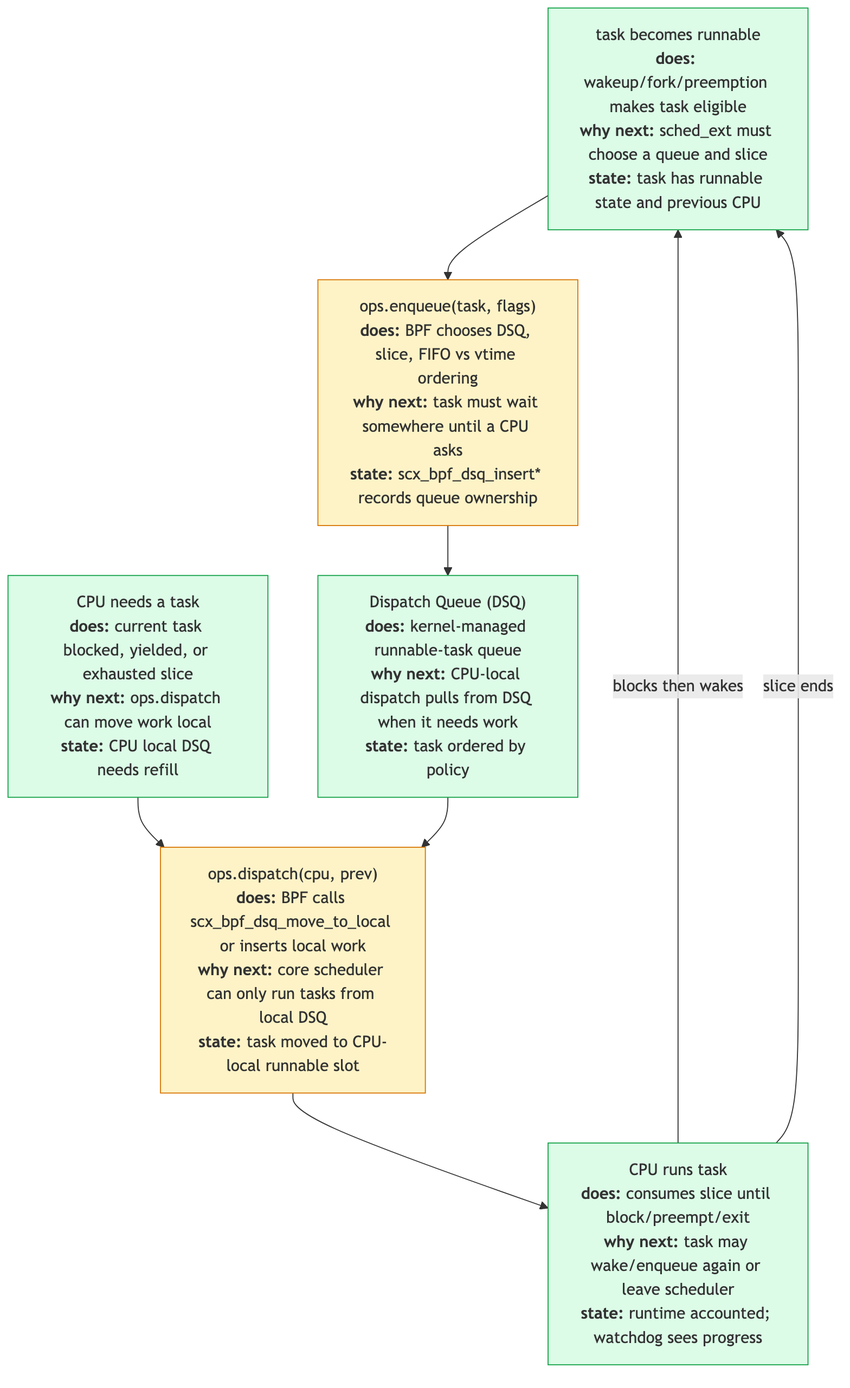
biefy/books keeps this Mermaid diagram as ebpf/src/diagrams/day25_dsq_cycle.png. Above is the earlier version. Its source is kept beside it as ebpf/src/diagrams/src/day25_dsq_cycle.mmd.
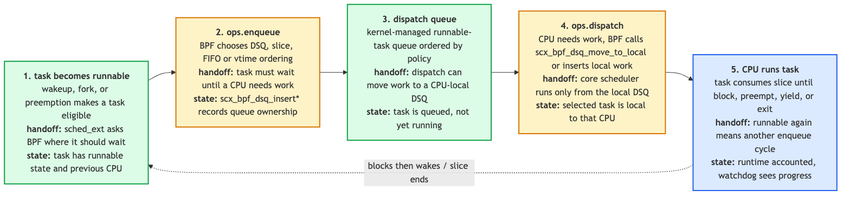
The same diagram one commit later.

What changed in the source:
```diff
@@ -1,18 +1,20 @@
-flowchart TD
-    Wake["task becomes runnable<br/><b>does:</b> wakeup/fork/preemption makes task eligible<br/><b>why next:</b> sched_ext must choose a queue and slice<br/><b>state:</b> task has runnable state and previous CPU"]
-    Enq["ops.enqueue(task, flags)<br/><b>does:</b> BPF chooses DSQ, slice, FIFO vs vtime ordering<br/><b>why next:</b> task must wait somewhere until a CPU asks<br/><b>state:</b> scx_bpf_dsq_insert* records queue ownership"]
-    DSQ["Dispatch Queue (DSQ)<br/><b>does:</b> kernel-managed runnable-task queue<br/><b>why next:</b> CPU-local dispatch pulls from DSQ when it needs work<br/><b>state:</b> task ordered by policy"]
-    Idle["CPU needs a task<br/><b>does:</b> current task blocked, yielded, or exhausted slice<br/><b>why next:</b> ops.dispatch can move work local<br/><b>state:</b> CPU local DSQ needs refill"]
-    Dispatch["ops.dispatch(cpu, prev)<br/><b>does:</b> BPF calls scx_bpf_dsq_move_to_local or inserts local work<br/><b>why next:</b> core scheduler can only run tasks from local DSQ<br/><b>state:</b> task moved to CPU-local runnable slot"]
-    Run["CPU runs task<br/><b>does:</b> consumes slice until block/preempt/exit<br/><b>why next:</b> task may wake/enqueue again or leave scheduler<br/><b>state:</b> runtime accounted; watchdog sees progress"]
+flowchart LR
+    Wake["<b>1. task becomes runnable</b><br/>wakeup, fork, or preemption makes a task eligible<br/><b>handoff:</b> sched_ext asks BPF where it should wait<br/><b>state:</b> task has runnable state and previous CPU"]
 
-    Wake --> Enq --> DSQ
-    Idle --> Dispatch --> Run
-    DSQ --> Dispatch
-    Run -->|blocks then wakes| Wake
-    Run -->|slice ends| Wake
+    Enq["<b>2. ops.enqueue</b><br/>BPF chooses DSQ, slice, FIFO or vtime ordering<br/><b>handoff:</b> task must wait until a CPU needs work<br/><b>state:</b> scx_bpf_dsq_insert* records queue ownership"]
 
-    classDef bpf fill:#fef3c7,stroke:#d97706
-    classDef state fill:#dcfce7,stroke:#16a34a
+    DSQ["<b>3. dispatch queue</b><br/>kernel-managed runnable-task queue ordered by policy<br/><b>handoff:</b> dispatch can move work to a CPU-local DSQ<br/><b>state:</b> task is queued, not yet running"]
+
+    Dispatch["<b>4. ops.dispatch</b><br/>CPU needs work, BPF calls scx_bpf_dsq_move_to_local or inserts local work<br/><b>handoff:</b> core scheduler runs only from the local DSQ<br/><b>state:</b> selected task is local to that CPU"]
+
+    Run["<b>5. CPU runs task</b><br/>task consumes slice until block, preempt, yield, or exit<br/><b>handoff:</b> runnable again means another enqueue cycle<br/><b>state:</b> runtime accounted, watchdog sees progress"]
+
+    Wake --> Enq --> DSQ --> Dispatch --> Run
+    Run -. blocks then wakes / slice ends .-> Wake
+
+    classDef bpf fill:#fef3c7,stroke:#d97706,stroke-width:2px
+    classDef state fill:#dcfce7,stroke:#16a34a,stroke-width:2px
+    classDef run fill:#dbeafe,stroke:#2563eb,stroke-width:2px
     class Enq,Dispatch bpf
-    class Wake,DSQ,Idle,Run state
+    class Wake,DSQ state
+    class Run run
```
